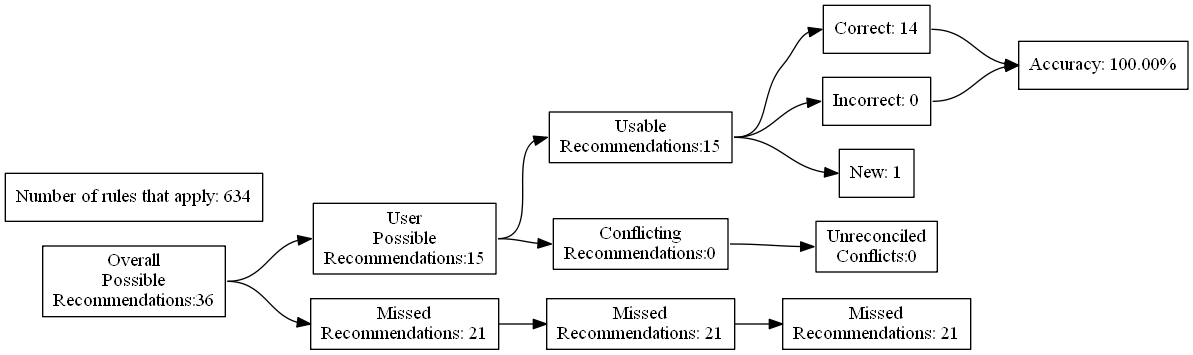
This is test_renders/5.gv.png from ZaxR/ibd_diet_analysis, a Graphviz export, as it was before one commit. Its source is kept beside it as test_renders/5.gv.
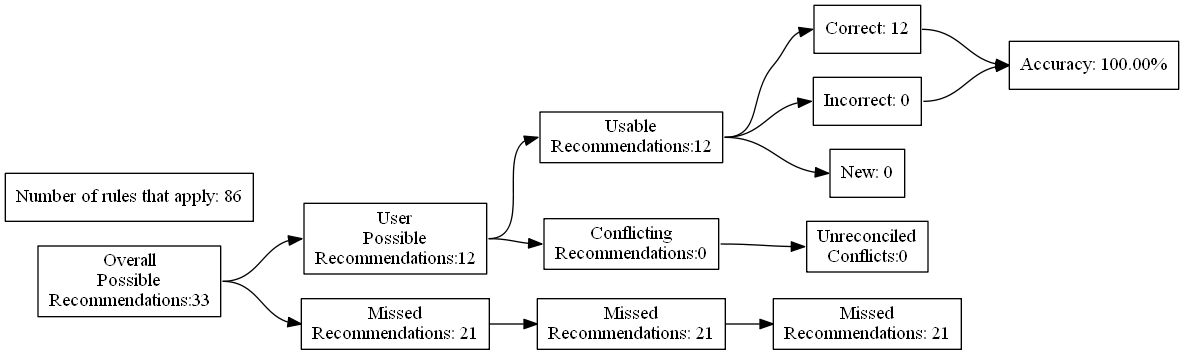
The same diagram one commit later.

The edit, as a diff of the source:
```diff
@@ -4,27 +4,27 @@
 	edge [headport=w tailport=e]
 		A [label="Overall
 Possible
-Recommendations:36"]
+Recommendations:33"]
 		B [label="User
 Possible
-Recommendations:15"]
+Recommendations:12"]
 		C [label="Missed
 Recommendations: 21"]
 		D [label="Usable
-Recommendations:15"]
+Recommendations:12"]
 		E [label="Conflicting
 Recommendations:0"]
 		J [label="Missed
 Recommendations: 21"]
 		M [label="Unreconciled
 Conflicts:0"]
-		F [label="Correct: 14"]
+		F [label="Correct: 12"]
 		G [label="Incorrect: 0"]
-		H [label="New: 1"]
+		H [label="New: 0"]
 		K [label="Missed
 Recommendations: 21"]
 		I [label="Accuracy: 100.00%"]
-		l [label="Number of rules that apply: 634"]
+		l [label="Number of rules that apply: 86"]
 			A -> B
 			A -> C
 			B -> D
```
